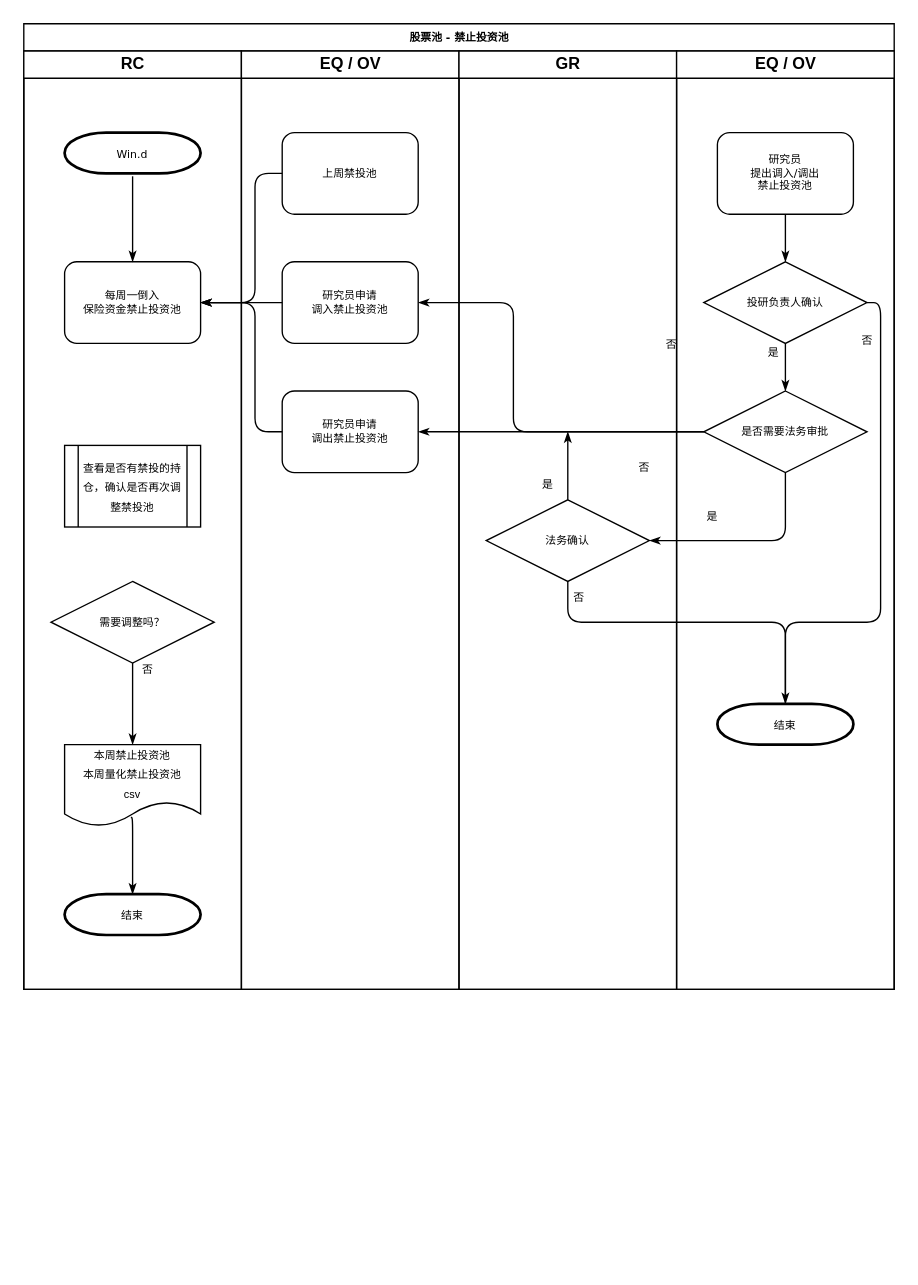
kemmiylee/gc-amc.com keeps this draw.io diagram as Untitled Diagram.drawio. Above is the earlier version. Source tidied: cells renumbered, new cells numbered last; positions are measured from the earlier drawing's top-left corner, leaving out a move shared by most shapes. Both pictures are drawn from the tidied source at 136%, with x=0, y=0 at pixel (23, 23).
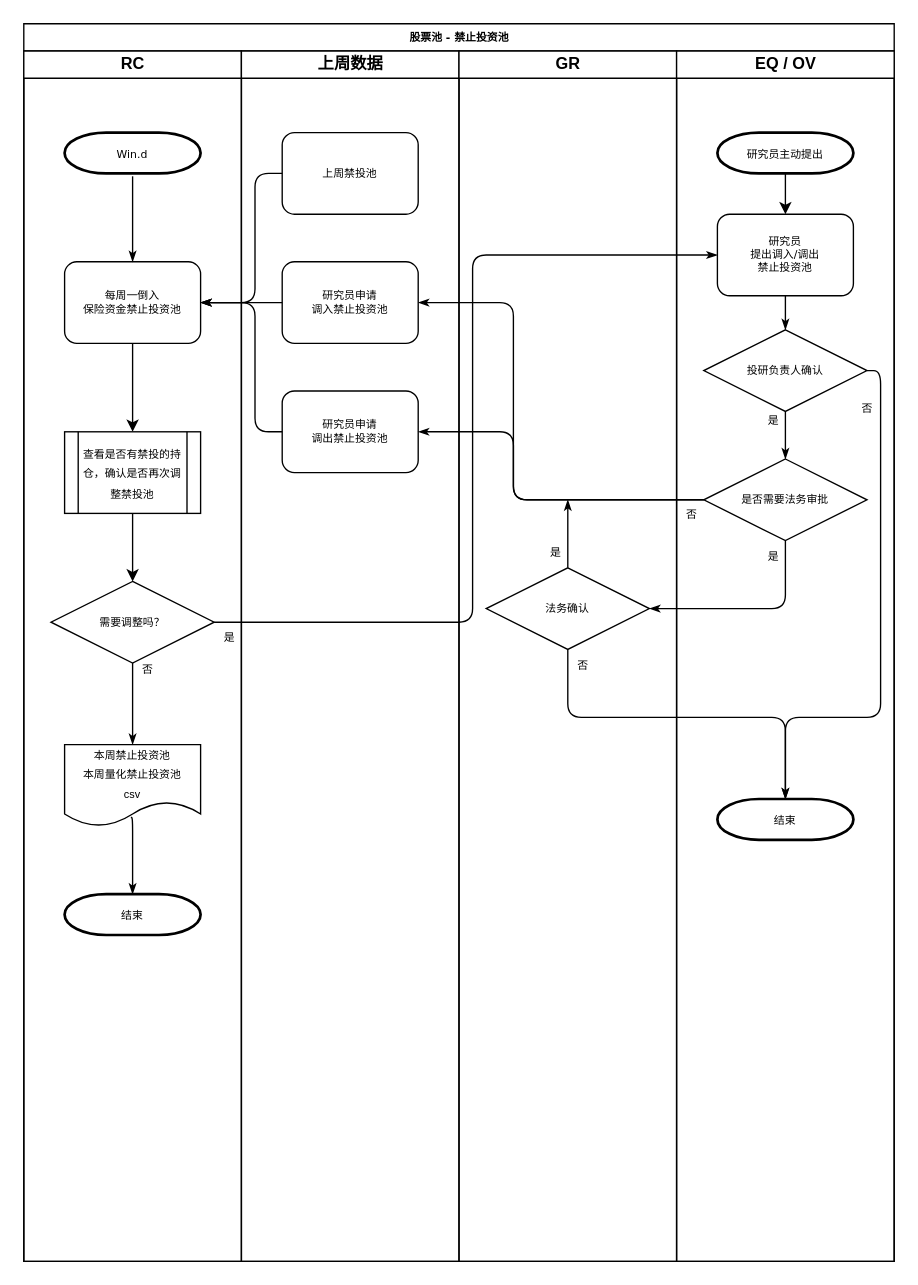
The same diagram, later.

Unchanged cells that the change refers to:
```xml
<mxCell id="9" value="每周一倒入&lt;br&gt;保险资金禁止投资池" style="rounded=1;whiteSpace=wrap;html=1;shadow=0;labelBackgroundColor=none;strokeWidth=1;fontFamily=Verdana;fontSize=8;align=center;" parent="6" vertex="1">
  <mxGeometry x="30" y="155" width="100" height="60" as="geometry" />
</mxCell>
<mxCell id="12" value="需要调整吗？" style="rhombus;whiteSpace=wrap;html=1;rounded=0;shadow=0;labelBackgroundColor=none;strokeWidth=1;fontFamily=Verdana;fontSize=8;align=center;" parent="6" vertex="1">
  <mxGeometry x="20" y="390" width="120" height="60" as="geometry" />
</mxCell>
<mxCell id="18" value="研究员申请&lt;br&gt;调入禁止投资池" style="rounded=1;whiteSpace=wrap;html=1;shadow=0;labelBackgroundColor=none;strokeWidth=1;fontFamily=Verdana;fontSize=8;align=center;" parent="17" vertex="1">
  <mxGeometry x="30" y="155" width="100" height="60" as="geometry" />
</mxCell>
<mxCell id="19" value="研究员申请&lt;br&gt;调出禁止投资池" style="rounded=1;whiteSpace=wrap;html=1;shadow=0;labelBackgroundColor=none;strokeWidth=1;fontFamily=Verdana;fontSize=8;align=center;" parent="17" vertex="1">
  <mxGeometry x="30" y="250" width="100" height="60" as="geometry" />
</mxCell>
<mxCell id="38" style="edgeStyle=orthogonalEdgeStyle;rounded=1;html=1;labelBackgroundColor=none;startArrow=none;startFill=0;startSize=5;endArrow=classicThin;endFill=1;endSize=5;jettySize=auto;strokeWidth=1;fontFamily=Verdana;fontSize=8;entryX=1;entryY=0.5;entryDx=0;entryDy=0;exitX=0.5;exitY=1;exitDx=0;exitDy=0;" parent="2" edge="1" source="28" target="22">
  <mxGeometry relative="1" as="geometry" />
</mxCell>
```

The edit, as a diff of the source:
```diff
@@
     <mxCell id="2" value="股票池 - 禁止投资池" style="swimlane;html=1;startSize=20;rounded=0;shadow=0;labelBackgroundColor=none;strokeWidth=1;fontFamily=Verdana;fontSize=8;align=center;" parent="1" vertex="1">
-      <mxGeometry width="640" height="710" as="geometry" />
+      <mxGeometry width="640" height="910" as="geometry" />
     </mxCell>
     <mxCell id="3" style="edgeStyle=orthogonalEdgeStyle;rounded=1;html=1;labelBackgroundColor=none;startArrow=none;startFill=0;startSize=5;endArrow=classicThin;endFill=1;endSize=5;jettySize=auto;strokeWidth=1;fontFamily=Verdana;fontSize=8;entryX=1;entryY=0.5;entryDx=0;entryDy=0;exitX=0;exitY=0.5;exitDx=0;exitDy=0;" parent="2" edge="1" source="28" target="18">
       <mxGeometry relative="1" as="geometry">
         <Array as="points">
-          <mxPoint x="360" y="300" />
+          <mxPoint x="360" y="350" />
           <mxPoint x="360" y="205" />
         </Array>
       </mxGeometry>
     </mxCell>
-    <mxCell id="4" value="&lt;font style=&quot;font-size: 8px&quot;&gt;否&lt;/font&gt;" style="edgeLabel;html=1;align=center;verticalAlign=middle;" parent="3" vertex="1">
+    <mxCell id="4" value="&lt;span style=&quot;font-size: 8px&quot;&gt;&lt;br&gt;&lt;/span&gt;" style="edgeLabel;html=1;align=center;verticalAlign=middle;" parent="3" vertex="1">
       <mxGeometry x="0.23" y="3" relative="1" as="geometry">
         <mxPoint x="118.9" y="-18" as="offset" />
       </mxGeometry>
     </mxCell>
     <mxCell id="5" value="&lt;font style=&quot;font-size: 8px&quot;&gt;否&lt;/font&gt;" style="edgeLabel;html=1;align=center;verticalAlign=middle;" parent="3" vertex="1">
       <mxGeometry x="-0.03" relative="1" as="geometry">
-        <mxPoint x="95" y="32.4" as="offset" />
+        <mxPoint x="130" y="41.7" as="offset" />
       </mxGeometry>
     </mxCell>
     <mxCell id="6" value="RC" style="swimlane;html=1;startSize=20;" parent="2" vertex="1">
-      <mxGeometry y="20" width="160" height="690" as="geometry" />
+      <mxGeometry y="20" width="160" height="890" as="geometry" />
     </mxCell>
@@
-    <mxCell id="8" value="&lt;font style=&quot;font-size: 8px&quot;&gt;查看是否有禁投的持仓，确认是否再次调整禁投池&lt;/font&gt;" style="shape=process;whiteSpace=wrap;html=1;backgroundOutline=1;" parent="6" vertex="1">
-      <mxGeometry x="30" y="290" width="100" height="60" as="geometry" />
-    </mxCell>
@@
+    <mxCell id="42" style="endArrow=classic;html=1;entryX=0.5;entryY=0;entryDx=0;entryDy=0;exitX=0.5;exitY=1;exitDx=0;exitDy=0;" parent="6" edge="1" source="9" target="8">
+      <mxGeometry relative="1" as="geometry" />
+    </mxCell>
+    <mxCell id="43" style="endArrow=classic;html=1;exitX=0.5;exitY=1;exitDx=0;exitDy=0;entryX=0.5;entryY=0;entryDx=0;entryDy=0;" parent="6" edge="1" source="8" target="12">
+      <mxGeometry relative="1" as="geometry" />
+    </mxCell>
+    <mxCell id="8" value="&lt;font style=&quot;font-size: 8px&quot;&gt;查看是否有禁投的持仓，确认是否再次调整禁投池&lt;/font&gt;" style="shape=process;whiteSpace=wrap;html=1;backgroundOutline=1;" parent="6" vertex="1">
+      <mxGeometry x="30" y="280" width="100" height="60" as="geometry" />
+    </mxCell>
-    <mxCell id="17" value="EQ / OV" style="swimlane;html=1;startSize=20;" parent="2" vertex="1">
-      <mxGeometry x="160" y="20" width="160" height="690" as="geometry" />
+    <mxCell id="17" value="上周数据" style="swimlane;html=1;startSize=20;" parent="2" vertex="1">
+      <mxGeometry x="160" y="20" width="160" height="890" as="geometry" />
     </mxCell>
@@
+    <mxCell id="20" value="上周禁投池" style="rounded=1;whiteSpace=wrap;html=1;shadow=0;labelBackgroundColor=none;strokeWidth=1;fontFamily=Verdana;fontSize=8;align=center;" parent="17" vertex="1">
+      <mxGeometry x="30" y="60" width="100" height="60" as="geometry" />
+    </mxCell>
@@
-    <mxCell id="20" value="上周禁投池" style="rounded=1;whiteSpace=wrap;html=1;shadow=0;labelBackgroundColor=none;strokeWidth=1;fontFamily=Verdana;fontSize=8;align=center;" parent="17" vertex="1">
-      <mxGeometry x="30" y="60" width="100" height="60" as="geometry" />
-    </mxCell>
     <mxCell id="21" value="GR" style="swimlane;html=1;startSize=20;" parent="2" vertex="1">
-      <mxGeometry x="320" y="20" width="160" height="690" as="geometry" />
+      <mxGeometry x="320" y="20" width="160" height="890" as="geometry" />
     </mxCell>
-    <mxCell id="22" value="法务确认" style="rhombus;whiteSpace=wrap;html=1;rounded=0;shadow=0;labelBackgroundColor=none;strokeWidth=1;fontFamily=Verdana;fontSize=8;align=center;" parent="21" vertex="1">
-      <mxGeometry x="20" y="330" width="120" height="60" as="geometry" />
-    </mxCell>
     <mxCell id="23" style="edgeStyle=orthogonalEdgeStyle;rounded=1;html=1;labelBackgroundColor=none;startArrow=none;startFill=0;startSize=5;endArrow=classicThin;endFill=1;endSize=5;jettySize=auto;strokeWidth=1;fontFamily=Verdana;fontSize=8;exitX=0.5;exitY=0;exitDx=0;exitDy=0;" parent="21" edge="1" source="22">
       <mxGeometry relative="1" as="geometry">
-        <mxPoint x="80" y="280" as="targetPoint" />
+        <mxPoint x="80" y="330" as="targetPoint" />
       </mxGeometry>
     </mxCell>
     <mxCell id="24" value="&lt;font style=&quot;font-size: 8px&quot;&gt;是&lt;/font&gt;" style="edgeLabel;html=1;align=center;verticalAlign=middle;" parent="23" vertex="1">
       <mxGeometry x="0.23" y="3" relative="1" as="geometry">
-        <mxPoint x="-13" y="18" as="offset" />
+        <mxPoint x="-7" y="18" as="offset" />
       </mxGeometry>
     </mxCell>
+    <mxCell id="22" value="法务确认" style="rhombus;whiteSpace=wrap;html=1;rounded=0;shadow=0;labelBackgroundColor=none;strokeWidth=1;fontFamily=Verdana;fontSize=8;align=center;" parent="21" vertex="1">
+      <mxGeometry x="20" y="380" width="120" height="60" as="geometry" />
+    </mxCell>
     <mxCell id="25" value="EQ / OV" style="swimlane;html=1;startSize=20;" parent="2" vertex="1">
-      <mxGeometry x="480" y="20" width="160" height="690" as="geometry" />
+      <mxGeometry x="480" y="20" width="160" height="890" as="geometry" />
     </mxCell>
-    <mxCell id="26" value="否" style="edgeStyle=orthogonalEdgeStyle;rounded=1;html=1;labelBackgroundColor=none;startArrow=none;startFill=0;startSize=5;endArrow=classicThin;endFill=1;endSize=5;jettySize=auto;strokeWidth=1;fontFamily=Verdana;fontSize=8;exitX=1;exitY=0.5;exitDx=0;exitDy=0;" parent="25" edge="1" source="27">
+    <mxCell id="26" value="否" style="edgeStyle=orthogonalEdgeStyle;rounded=1;html=1;labelBackgroundColor=none;startArrow=none;startFill=0;startSize=5;endArrow=classicThin;endFill=1;endSize=5;jettySize=auto;strokeWidth=1;fontFamily=Verdana;fontSize=8;exitX=1;exitY=0.5;exitDx=0;exitDy=0;entryX=0.5;entryY=0;entryDx=0;entryDy=0;entryPerimeter=0;" parent="25" edge="1" source="27" target="33">
       <mxGeometry x="-0.81" y="-10" relative="1" as="geometry">
-        <mxPoint x="80" y="510" as="targetPoint" />
         <Array as="points">
-          <mxPoint x="150" y="185" />
-          <mxPoint x="150" y="420" />
-          <mxPoint x="80" y="420" />
+          <mxPoint x="150" y="235" />
+          <mxPoint x="150" y="490" />
+          <mxPoint x="80" y="490" />
         </Array>
       </mxGeometry>
     </mxCell>
+    <mxCell id="33" value="&lt;font style=&quot;font-size: 8px&quot;&gt;结束&lt;/font&gt;" style="strokeWidth=2;html=1;shape=mxgraph.flowchart.terminator;whiteSpace=wrap;" parent="25" vertex="1">
+      <mxGeometry x="30" y="550" width="100" height="30" as="geometry" />
+    </mxCell>
     <mxCell id="27" value="投研负责人确认" style="rhombus;whiteSpace=wrap;html=1;rounded=0;shadow=0;labelBackgroundColor=none;strokeWidth=1;fontFamily=Verdana;fontSize=8;align=center;" parent="25" vertex="1">
-      <mxGeometry x="20" y="155" width="120" height="60" as="geometry" />
+      <mxGeometry x="20" y="205" width="120" height="60" as="geometry" />
     </mxCell>
     <mxCell id="28" value="是否需要法务审批" style="rhombus;whiteSpace=wrap;html=1;rounded=0;shadow=0;labelBackgroundColor=none;strokeWidth=1;fontFamily=Verdana;fontSize=8;align=center;" parent="25" vertex="1">
-      <mxGeometry x="20" y="250" width="120" height="60" as="geometry" />
+      <mxGeometry x="20" y="300" width="120" height="60" as="geometry" />
     </mxCell>
@@
+    <mxCell id="44" value="&lt;span style=&quot;font-family: &amp;#34;verdana&amp;#34; ; font-size: 8px&quot;&gt;研究员主动提出&lt;/span&gt;" style="strokeWidth=2;html=1;shape=mxgraph.flowchart.terminator;whiteSpace=wrap;" parent="25" vertex="1">
+      <mxGeometry x="30" y="60" width="100" height="30" as="geometry" />
+    </mxCell>
+    <mxCell id="45" style="endArrow=classic;html=1;entryX=0.5;entryY=0;entryDx=0;entryDy=0;exitX=0.5;exitY=1;exitDx=0;exitDy=0;exitPerimeter=0;" parent="25" edge="1" source="44" target="32">
+      <mxGeometry relative="1" as="geometry" />
+    </mxCell>
     <mxCell id="32" value="研究员&lt;br&gt;提出调入/调出&lt;br&gt;禁止投资池" style="rounded=1;whiteSpace=wrap;html=1;shadow=0;labelBackgroundColor=none;strokeWidth=1;fontFamily=Verdana;fontSize=8;align=center;" parent="25" vertex="1">
-      <mxGeometry x="30" y="60" width="100" height="60" as="geometry" />
+      <mxGeometry x="30" y="120" width="100" height="60" as="geometry" />
     </mxCell>
-    <mxCell id="33" value="&lt;font style=&quot;font-size: 8px&quot;&gt;结束&lt;/font&gt;" style="strokeWidth=2;html=1;shape=mxgraph.flowchart.terminator;whiteSpace=wrap;" parent="25" vertex="1">
-      <mxGeometry x="30" y="480" width="100" height="30" as="geometry" />
-    </mxCell>
@@
     <mxCell id="37" style="edgeStyle=orthogonalEdgeStyle;rounded=1;html=1;labelBackgroundColor=none;startArrow=none;startFill=0;startSize=5;endArrow=classicThin;endFill=1;endSize=5;jettySize=auto;strokeWidth=1;fontFamily=Verdana;fontSize=8;entryX=1;entryY=0.5;entryDx=0;entryDy=0;exitX=0;exitY=0.5;exitDx=0;exitDy=0;" parent="2" edge="1" source="28" target="19">
-      <mxGeometry relative="1" as="geometry" />
+      <mxGeometry relative="1" as="geometry">
+        <Array as="points">
+          <mxPoint x="360" y="350" />
+          <mxPoint x="360" y="300" />
+        </Array>
+      </mxGeometry>
     </mxCell>
@@
     <mxCell id="39" value="&lt;font style=&quot;font-size: 8px&quot;&gt;是&lt;/font&gt;" style="edgeLabel;html=1;align=center;verticalAlign=middle;" parent="38" vertex="1">
       <mxGeometry x="0.23" y="3" relative="1" as="geometry">
-        <mxPoint x="-13" y="-22.6" as="offset" />
+        <mxPoint x="32.5" y="-43" as="offset" />
       </mxGeometry>
     </mxCell>
     <mxCell id="40" style="edgeStyle=orthogonalEdgeStyle;rounded=1;html=1;labelBackgroundColor=none;startArrow=none;startFill=0;startSize=5;endArrow=classicThin;endFill=1;endSize=5;jettySize=auto;strokeWidth=1;fontFamily=Verdana;fontSize=8;exitX=0.5;exitY=1;exitDx=0;exitDy=0;entryX=0.5;entryY=0;entryDx=0;entryDy=0;entryPerimeter=0;" parent="2" edge="1" source="22" target="33">
       <mxGeometry relative="1" as="geometry">
         <Array as="points">
-          <mxPoint x="400" y="440" />
-          <mxPoint x="560" y="440" />
+          <mxPoint x="400" y="510" />
+          <mxPoint x="560" y="510" />
         </Array>
       </mxGeometry>
     </mxCell>
     <mxCell id="41" value="&lt;font style=&quot;font-size: 8px&quot;&gt;否&lt;/font&gt;" style="edgeLabel;html=1;align=center;verticalAlign=middle;" parent="40" vertex="1">
       <mxGeometry x="-0.74" y="15" relative="1" as="geometry">
-        <mxPoint x="4" y="-5" as="offset" />
+        <mxPoint x="-5" y="-25" as="offset" />
       </mxGeometry>
     </mxCell>
+    <mxCell id="46" style="edgeStyle=orthogonalEdgeStyle;rounded=1;html=1;labelBackgroundColor=none;startArrow=none;startFill=0;startSize=5;endArrow=classicThin;endFill=1;endSize=5;jettySize=auto;strokeWidth=1;fontFamily=Verdana;fontSize=8;entryX=0;entryY=0.5;entryDx=0;entryDy=0;exitX=1;exitY=0.5;exitDx=0;exitDy=0;" parent="2" edge="1" source="12" target="32">
+      <mxGeometry relative="1" as="geometry">
+        <Array as="points">
+          <mxPoint x="330" y="440" />
+          <mxPoint x="330" y="170" />
+        </Array>
+      </mxGeometry>
+    </mxCell>
+    <mxCell id="47" value="&lt;font style=&quot;font-size: 8px&quot;&gt;是&lt;/font&gt;" style="edgeLabel;html=1;align=center;verticalAlign=middle;" parent="46" vertex="1">
+      <mxGeometry x="0.23" y="3" relative="1" as="geometry">
+        <mxPoint x="-177" y="213.3" as="offset" />
+      </mxGeometry>
+    </mxCell>
```
